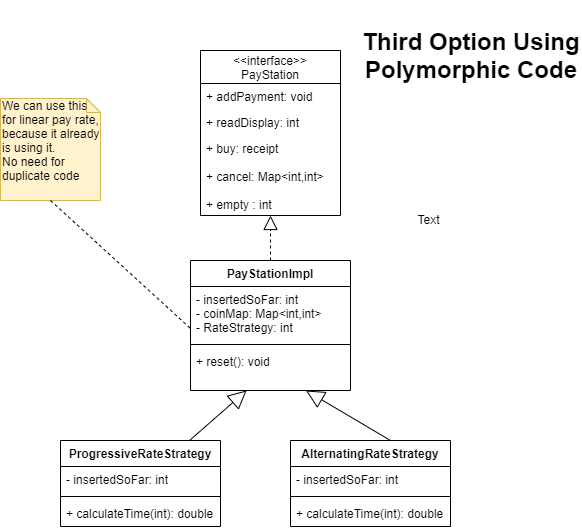
This is Option3.png from Agent215/JavaParkingMeterPayStation, a draw.io export, as it was before one commit. Source tidied: cells renumbered, new cells last; positions are measured from the earlier drawing's top-left corner, leaving out a move shared by most shapes.
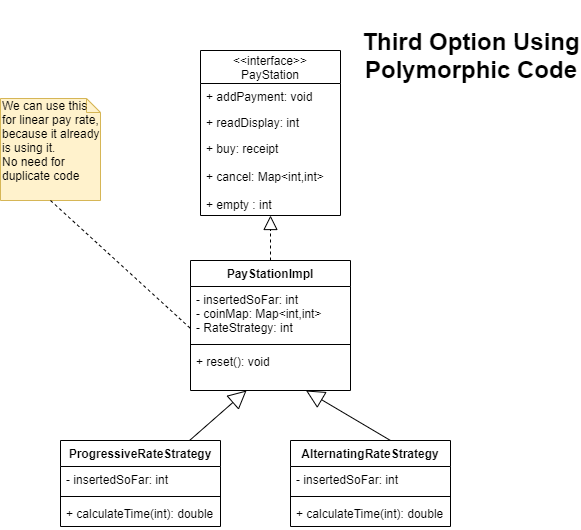
Above is the later version.

Commit message:
fixed Option 3 UML

What changed in the source:
```diff
@@ -70,8 +70,5 @@
         <mxPoint x="390" y="440" as="sourcePoint" />
       </mxGeometry>
     </mxCell>
-    <mxCell id="24" value="Text" style="text;html=1;align=center;verticalAlign=middle;" parent="1" vertex="1">
-      <mxGeometry x="408" y="209" width="40" height="20" as="geometry" />
-    </mxCell>
   </root>
 </mxGraphModel>
```
